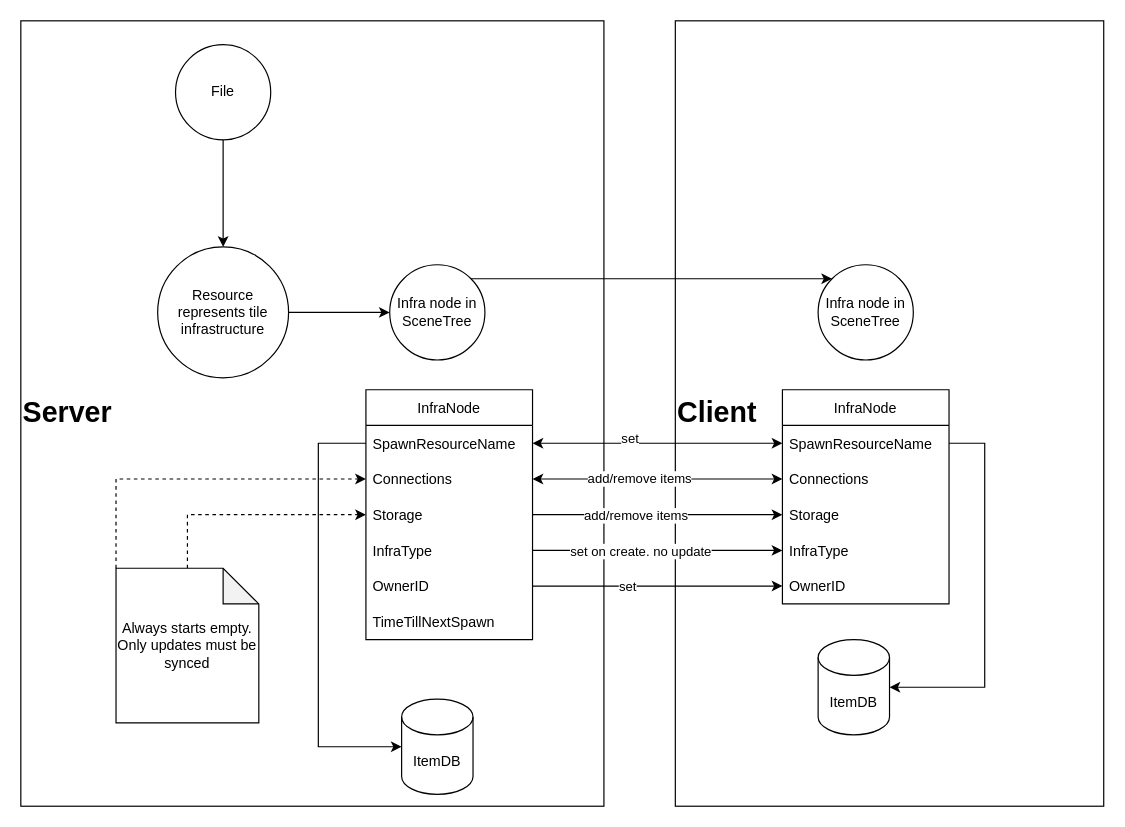
This is TF_NetworkingState.drawio from devnull-twitch/backend-architecture, a draw.io file, before an edit. Source tidied: cells renumbered, new cells numbered last; positions are measured from the earlier drawing's top-left corner, leaving out a move shared by most shapes. Both pictures are drawn from the tidied source at 119%, with x=0, y=0 at pixel (20, 20).
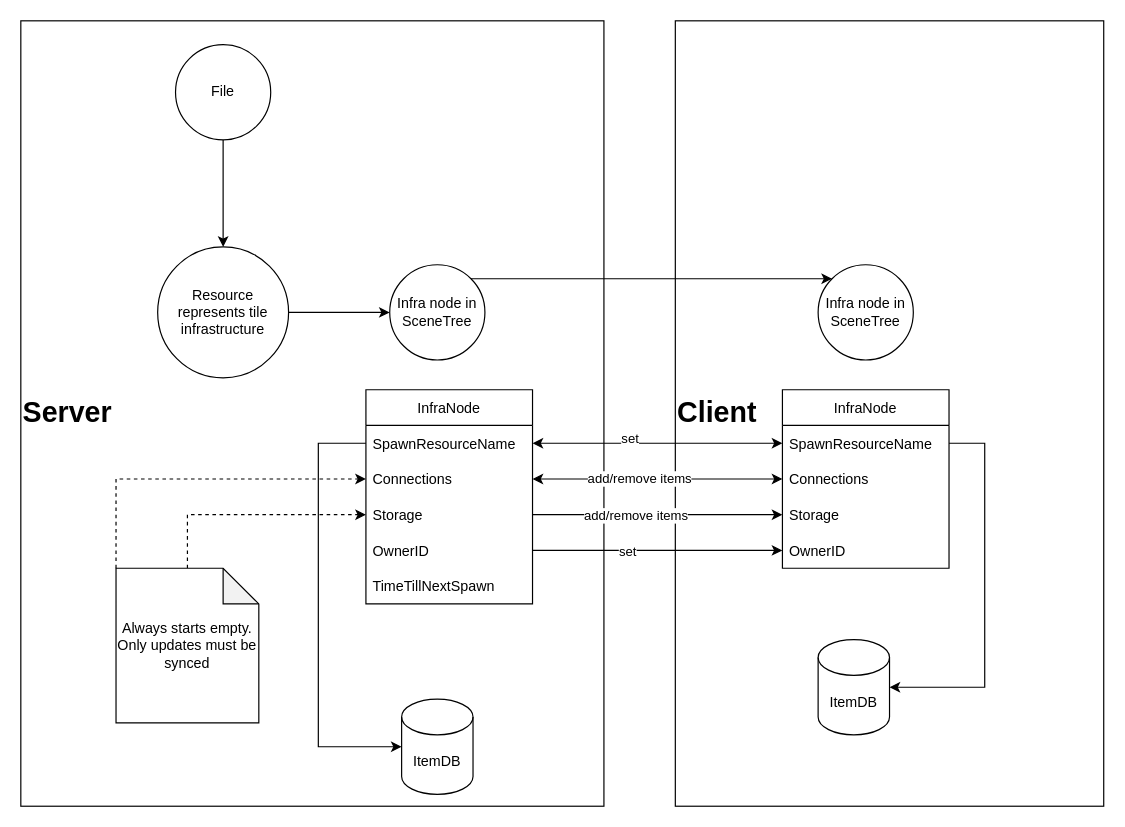
After the change.

Diff of the diagram source:
```diff
@@
     <mxCell id="11" value="InfraNode" style="swimlane;fontStyle=0;horizontal=1;startSize=30;" parent="1" vertex="1">
-      <mxGeometry x="290" y="310" width="140" height="210" as="geometry" />
+      <mxGeometry x="290" y="310" width="140" height="180" as="geometry" />
     </mxCell>
@@
-    <mxCell id="15" value="InfraType" style="text;strokeColor=none;fillColor=none;align=left;verticalAlign=middle;spacingLeft=4;spacingRight=4;overflow=hidden;points=[[0,0.5],[1,0.5]];portConstraint=eastwest;" parent="11" vertex="1">
-      <mxGeometry y="120" width="140" height="30" as="geometry" />
-    </mxCell>
     <mxCell id="16" value="OwnerID" style="text;strokeColor=none;fillColor=none;align=left;verticalAlign=middle;spacingLeft=4;spacingRight=4;overflow=hidden;points=[[0,0.5],[1,0.5]];portConstraint=eastwest;" parent="11" vertex="1">
-      <mxGeometry y="150" width="140" height="30" as="geometry" />
+      <mxGeometry y="120" width="140" height="30" as="geometry" />
     </mxCell>
     <mxCell id="17" value="TimeTillNextSpawn" style="text;strokeColor=none;fillColor=none;align=left;verticalAlign=middle;spacingLeft=4;spacingRight=4;overflow=hidden;" parent="11" vertex="1">
-      <mxGeometry y="180" width="140" height="30" as="geometry" />
+      <mxGeometry y="150" width="140" height="30" as="geometry" />
     </mxCell>
     <mxCell id="18" value="InfraNode" style="swimlane;fontStyle=0;horizontal=1;startSize=30;" parent="1" vertex="1">
-      <mxGeometry x="640" y="310" width="140" height="180" as="geometry" />
+      <mxGeometry x="640" y="310" width="140" height="150" as="geometry" />
     </mxCell>
@@
-    <mxCell id="22" value="InfraType" style="text;strokeColor=none;fillColor=none;align=left;verticalAlign=middle;spacingLeft=4;spacingRight=4;overflow=hidden;points=[[0,0.5],[1,0.5]];portConstraint=eastwest;" parent="18" vertex="1">
-      <mxGeometry y="120" width="140" height="30" as="geometry" />
-    </mxCell>
     <mxCell id="23" value="OwnerID" style="text;strokeColor=none;fillColor=none;align=left;verticalAlign=middle;spacingLeft=4;spacingRight=4;overflow=hidden;points=[[0,0.5],[1,0.5]];portConstraint=eastwest;" parent="18" vertex="1">
-      <mxGeometry y="150" width="140" height="30" as="geometry" />
+      <mxGeometry y="120" width="140" height="30" as="geometry" />
     </mxCell>
@@
-    <mxCell id="39" style="edgeStyle=orthogonalEdgeStyle;rounded=0;jettySize=auto;html=1;exitX=1;exitY=0.5;exitDx=0;exitDy=0;entryX=0;entryY=0.5;entryDx=0;entryDy=0;startArrow=none;startFill=0;" parent="1" edge="1" source="15" target="22">
-      <mxGeometry relative="1" as="geometry" />
-    </mxCell>
-    <mxCell id="40" value="set on create. no update" style="edgeLabel;html=1;align=center;verticalAlign=middle;" parent="39" vertex="1">
-      <mxGeometry x="-0.22" y="1" relative="1" as="geometry">
-        <mxPoint x="8" y="1" as="offset" />
-      </mxGeometry>
-    </mxCell>
```
